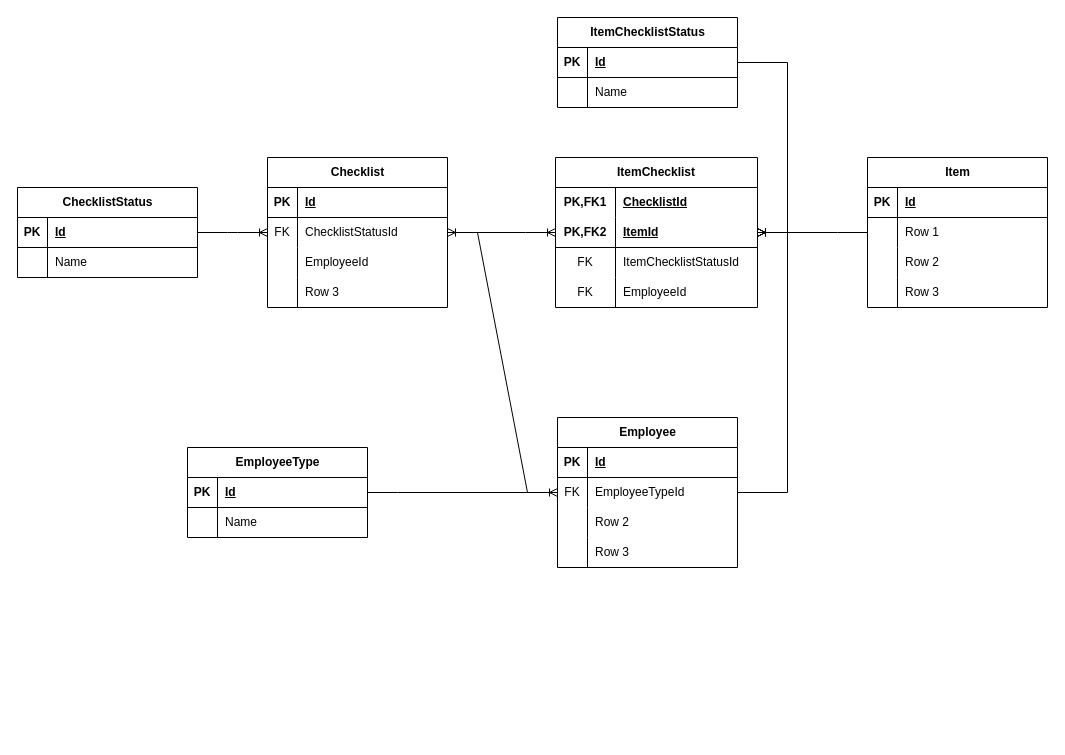
This is docs/DataModel.drawio from GuilhermeUhrigshardt/Checklist, a draw.io file, before an edit. Source tidied: cells renumbered, new cells numbered last; positions are measured from the earlier drawing's top-left corner, leaving out a move shared by most shapes. Both pictures are drawn from the tidied source at 100%, with x=0, y=0 at pixel (17, 17).
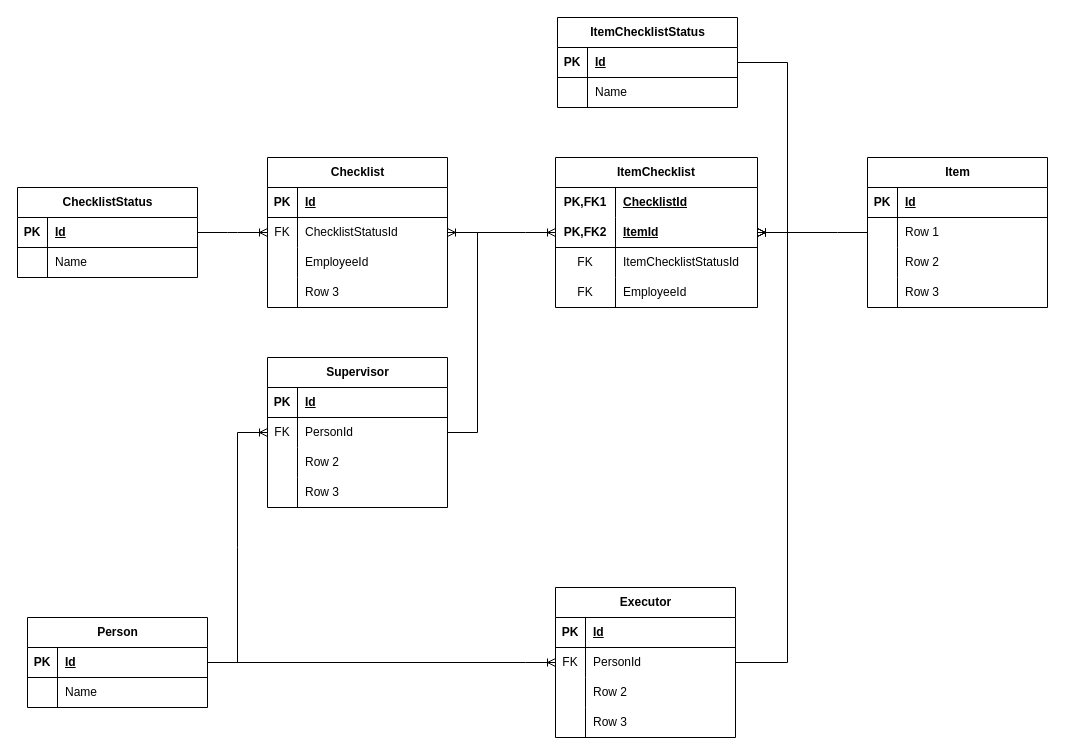
The same page after the edit.

The change refers to these unchanged cells:
```xml
<mxCell id="30" value="&lt;span style=&quot;text-wrap: nowrap;&quot;&gt;ItemChecklist&lt;/span&gt;" style="shape=table;startSize=30;childLayout=tableLayout;rowLines=0;fontStyle=1;align=center;html=1;whiteSpace=wrap;" parent="1" vertex="1">
  <mxGeometry x="538" y="140" width="202" height="150" as="geometry" />
</mxCell>
<mxCell id="47" style="shape=tableRow;horizontal=0;startSize=0;swimlaneHead=0;swimlaneBody=0;fillColor=none;top=0;left=0;right=0;bottom=0;" parent="43" vertex="1">
  <mxGeometry y="60" width="180" height="30" as="geometry" />
</mxCell>
```

Diff of the diagram source:
```diff
@@
-    <mxCell id="43" value="Employee" style="shape=table;startSize=30;childLayout=tableLayout;rowLines=0;fontStyle=1;align=center;html=1;" parent="1" vertex="1">
-      <mxGeometry x="540" y="400" width="180" height="150" as="geometry" />
+    <mxCell id="43" value="Supervisor" style="shape=table;startSize=30;childLayout=tableLayout;rowLines=0;fontStyle=1;align=center;html=1;" parent="1" vertex="1">
+      <mxGeometry x="250" y="340" width="180" height="150" as="geometry" />
     </mxCell>
@@
-    <mxCell id="49" value="EmployeeTypeId" style="shape=partialRectangle;fillColor=none;top=0;left=0;bottom=0;right=0;align=left;spacingLeft=6;overflow=hidden;whiteSpace=wrap;html=1;" parent="47" vertex="1">
+    <mxCell id="49" value="PersonId" style="shape=partialRectangle;fillColor=none;top=0;left=0;bottom=0;right=0;align=left;spacingLeft=6;overflow=hidden;whiteSpace=wrap;html=1;" parent="47" vertex="1">
       <mxGeometry x="30" width="150" height="30" as="geometry" />
     </mxCell>
@@
-    <mxCell id="56" value="EmployeeType" style="shape=table;startSize=30;childLayout=tableLayout;rowLines=0;fontStyle=1;align=center;html=1;" parent="1" vertex="1">
-      <mxGeometry x="170" y="430" width="180" height="90" as="geometry" />
+    <mxCell id="56" value="Person" style="shape=table;startSize=30;childLayout=tableLayout;rowLines=0;fontStyle=1;align=center;html=1;" parent="1" vertex="1">
+      <mxGeometry x="10" y="600" width="180" height="90" as="geometry" />
     </mxCell>
@@
-    <mxCell id="81" style="edgeStyle=entityRelationEdgeStyle;fontSize=12;html=1;endArrow=ERoneToMany;rounded=0;" parent="1" edge="1" source="43" target="30">
-      <mxGeometry relative="1" as="geometry">
-        <Array as="points">
-          <mxPoint x="674" y="385" />
-          <mxPoint x="694" y="255" />
-          <mxPoint x="714" y="265" />
-          <mxPoint x="670" y="330" />
-          <mxPoint x="684" y="255" />
-        </Array>
-      </mxGeometry>
-    </mxCell>
+    <mxCell id="82" value="Executor" style="shape=table;startSize=30;childLayout=tableLayout;rowLines=0;fontStyle=1;align=center;html=1;" parent="1" vertex="1">
+      <mxGeometry x="538" y="570" width="180" height="150" as="geometry" />
+    </mxCell>
+    <mxCell id="83" style="shape=tableRow;horizontal=0;startSize=0;swimlaneHead=0;swimlaneBody=0;fillColor=none;top=0;left=0;right=0;bottom=1;" parent="82" vertex="1">
+      <mxGeometry y="30" width="180" height="30" as="geometry" />
+    </mxCell>
+    <mxCell id="84" value="PK" style="shape=partialRectangle;fillColor=none;top=0;left=0;bottom=0;right=0;fontStyle=1;overflow=hidden;whiteSpace=wrap;html=1;" parent="83" vertex="1">
+      <mxGeometry width="30" height="30" as="geometry" />
+    </mxCell>
+    <mxCell id="85" value="Id" style="shape=partialRectangle;fillColor=none;top=0;left=0;bottom=0;right=0;align=left;spacingLeft=6;fontStyle=5;overflow=hidden;whiteSpace=wrap;html=1;" parent="83" vertex="1">
+      <mxGeometry x="30" width="150" height="30" as="geometry" />
+    </mxCell>
+    <mxCell id="86" style="shape=tableRow;horizontal=0;startSize=0;swimlaneHead=0;swimlaneBody=0;fillColor=none;top=0;left=0;right=0;bottom=0;" parent="82" vertex="1">
+      <mxGeometry y="60" width="180" height="30" as="geometry" />
+    </mxCell>
+    <mxCell id="87" value="FK" style="shape=partialRectangle;fillColor=none;top=0;left=0;bottom=0;right=0;overflow=hidden;whiteSpace=wrap;html=1;" parent="86" vertex="1">
+      <mxGeometry width="30" height="30" as="geometry" />
+    </mxCell>
+    <mxCell id="88" value="PersonId" style="shape=partialRectangle;fillColor=none;top=0;left=0;bottom=0;right=0;align=left;spacingLeft=6;overflow=hidden;whiteSpace=wrap;html=1;" parent="86" vertex="1">
+      <mxGeometry x="30" width="150" height="30" as="geometry" />
+    </mxCell>
+    <mxCell id="89" style="shape=tableRow;horizontal=0;startSize=0;swimlaneHead=0;swimlaneBody=0;fillColor=none;top=0;left=0;right=0;bottom=0;" parent="82" vertex="1">
+      <mxGeometry y="90" width="180" height="30" as="geometry" />
+    </mxCell>
+    <mxCell id="90" style="shape=partialRectangle;fillColor=none;top=0;left=0;bottom=0;right=0;overflow=hidden;whiteSpace=wrap;html=1;" parent="89" vertex="1">
+      <mxGeometry width="30" height="30" as="geometry" />
+    </mxCell>
+    <mxCell id="91" value="Row 2" style="shape=partialRectangle;fillColor=none;top=0;left=0;bottom=0;right=0;align=left;spacingLeft=6;overflow=hidden;whiteSpace=wrap;html=1;" parent="89" vertex="1">
+      <mxGeometry x="30" width="150" height="30" as="geometry" />
+    </mxCell>
+    <mxCell id="92" style="shape=tableRow;horizontal=0;startSize=0;swimlaneHead=0;swimlaneBody=0;fillColor=none;top=0;left=0;right=0;bottom=0;" parent="82" vertex="1">
+      <mxGeometry y="120" width="180" height="30" as="geometry" />
+    </mxCell>
+    <mxCell id="93" style="shape=partialRectangle;fillColor=none;top=0;left=0;bottom=0;right=0;overflow=hidden;whiteSpace=wrap;html=1;" parent="92" vertex="1">
+      <mxGeometry width="30" height="30" as="geometry" />
+    </mxCell>
+    <mxCell id="94" value="Row 3" style="shape=partialRectangle;fillColor=none;top=0;left=0;bottom=0;right=0;align=left;spacingLeft=6;overflow=hidden;whiteSpace=wrap;html=1;" parent="92" vertex="1">
+      <mxGeometry x="30" width="150" height="30" as="geometry" />
+    </mxCell>
+    <mxCell id="95" style="edgeStyle=entityRelationEdgeStyle;fontSize=12;html=1;endArrow=ERoneToMany;rounded=0;" parent="1" edge="1" source="56" target="82">
+      <mxGeometry relative="1" as="geometry">
+        <Array as="points">
+          <mxPoint x="580" y="580" />
+          <mxPoint x="530" y="580" />
+        </Array>
+      </mxGeometry>
+    </mxCell>
+    <mxCell id="96" style="edgeStyle=entityRelationEdgeStyle;fontSize=12;html=1;endArrow=ERoneToMany;rounded=0;" parent="1" edge="1" source="82" target="30">
+      <mxGeometry relative="1" as="geometry" />
+    </mxCell>
```
